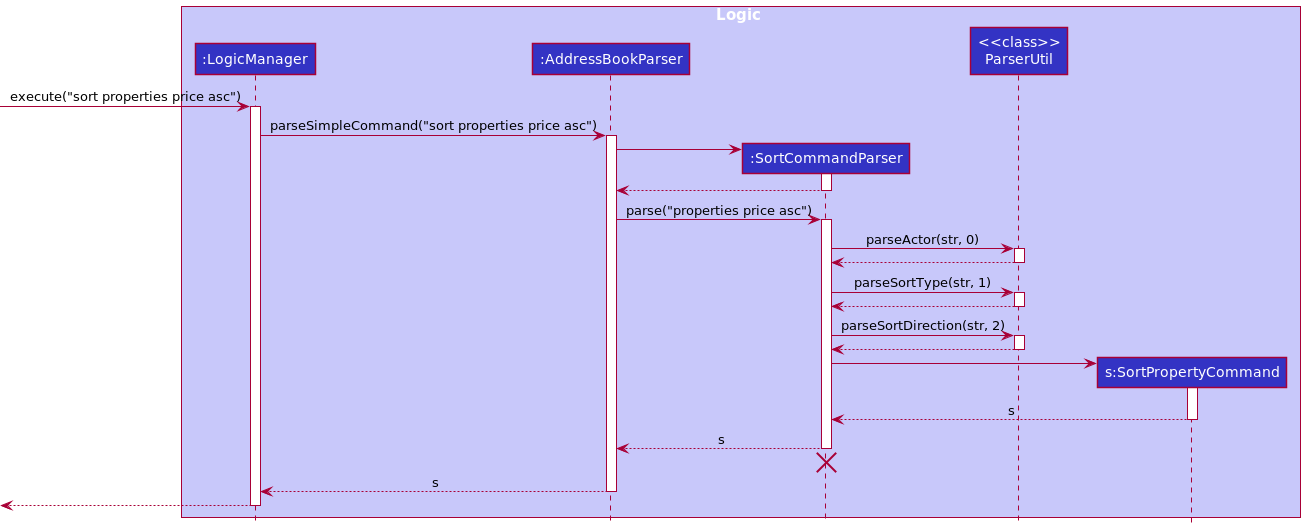
Earlier version of the PlantUML export docs/images/SortParsingSequenceDiagram.png (waynetee/tp).
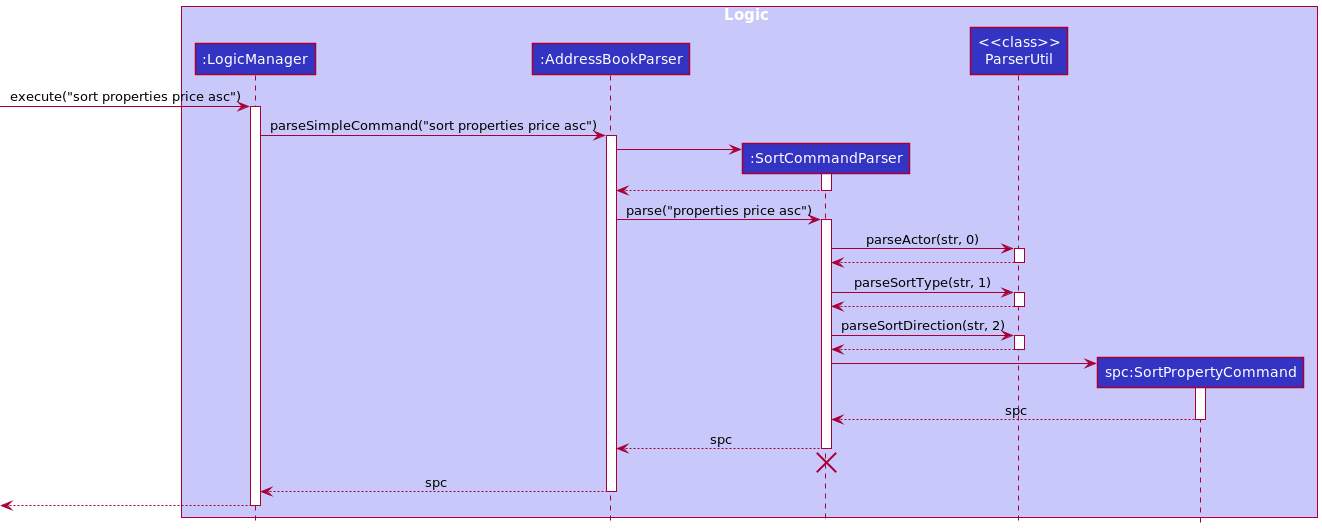
The same file after the commit.

Commit message:
Give SortPropertyCommand more meaningful name

The edit, as a diff of the source:
```diff
@@ -6,7 +6,7 @@
 participant ":AddressBookParser" as AddressBookParser LOGIC_COLOR
 participant ":SortCommandParser" as SortCommandParser LOGIC_COLOR
 participant "<<class>>\nParserUtil" as ParserUtil LOGIC_COLOR
-participant "s:SortPropertyCommand" as SortPropertyCommand LOGIC_COLOR
+participant "spc:SortPropertyCommand" as SortPropertyCommand LOGIC_COLOR
 end box
 
 [-> LogicManager : execute("sort properties price asc")
@@ -47,15 +47,15 @@
 SortCommandParser -> SortPropertyCommand
 activate SortPropertyCommand
 
-SortPropertyCommand --> SortCommandParser : s
+SortPropertyCommand --> SortCommandParser : spc
 deactivate SortPropertyCommand
 
-SortCommandParser --> AddressBookParser : s
+SortCommandParser --> AddressBookParser : spc
 deactivate SortCommandParser
 SortCommandParser -[hidden]-> AddressBookParser
 destroy SortCommandParser
 
-AddressBookParser --> LogicManager : s
+AddressBookParser --> LogicManager : spc
 deactivate AddressBookParser
 
 [<--LogicManager
```
